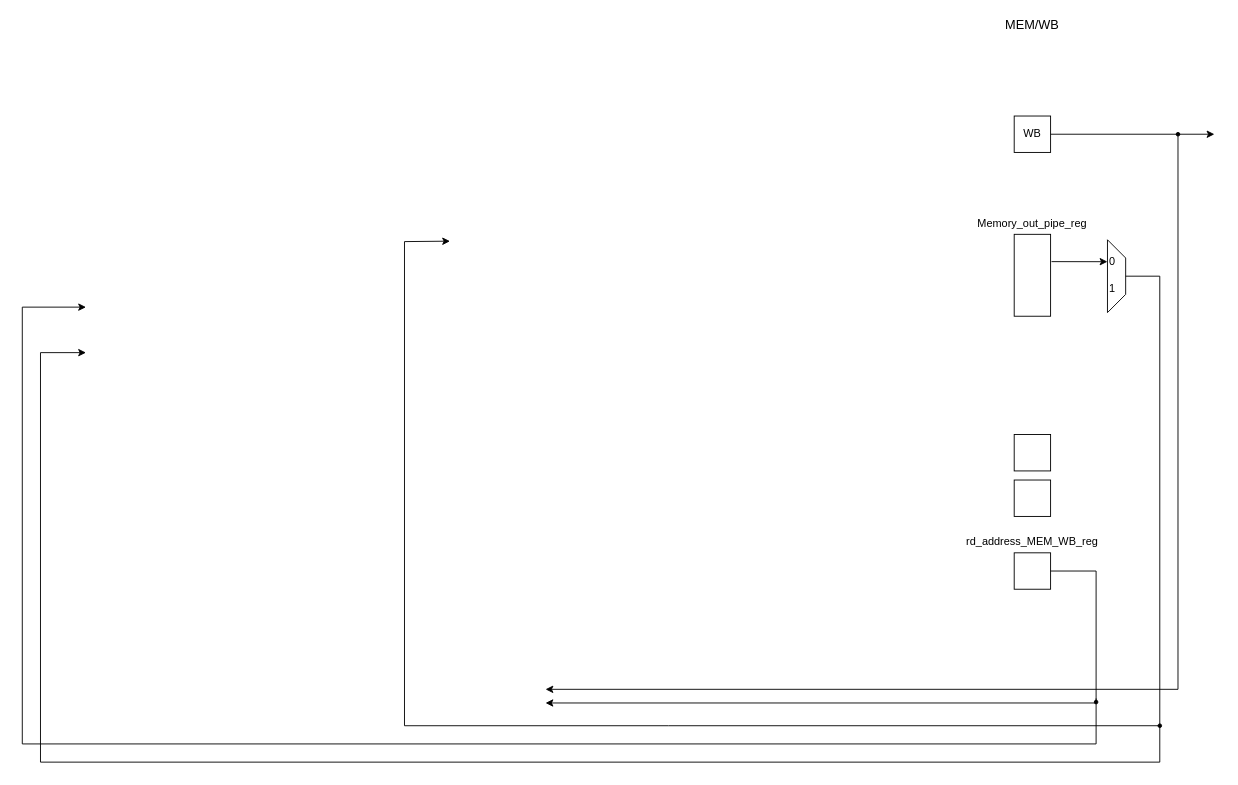
The draw.io diagram lab3/writeback.drawio in Dragosk97/ISA-laboratories, before the edit. Source tidied: cells renumbered, new cells numbered last; positions are measured from the earlier drawing's top-left corner, leaving out a move shared by most shapes. Both pictures are drawn from the tidied source at 91%, with x=0, y=0 at pixel (22, 15).
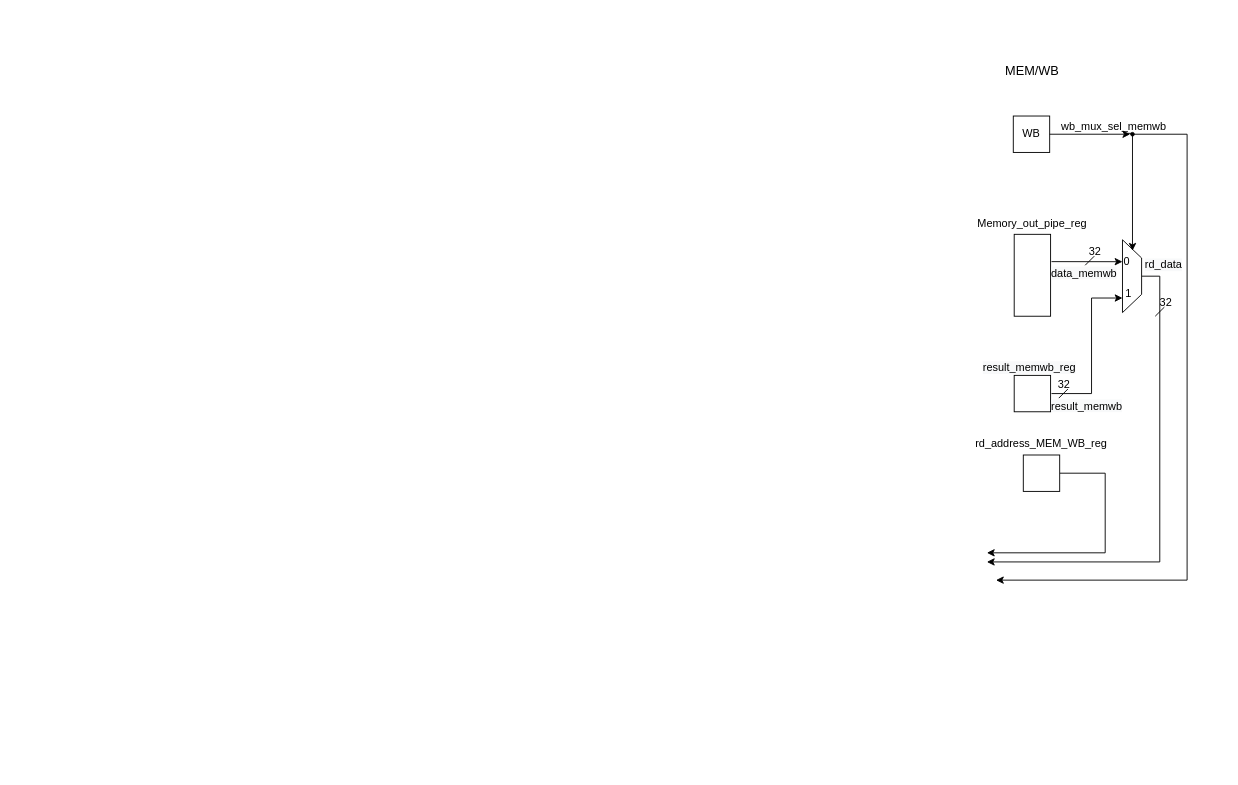
The same diagram, later.

The edit, as a diff of the source:
```diff
@@
     <mxCell id="4" value="&lt;font style=&quot;font-size: 14px&quot;&gt;MEM/WB&lt;/font&gt;" style="text;html=1;strokeColor=none;fillColor=none;align=center;verticalAlign=middle;whiteSpace=wrap;rounded=0;dashed=1;" parent="1" vertex="1">
-      <mxGeometry x="1090" width="40" height="20" as="geometry" />
+      <mxGeometry x="1090" y="50" width="40" height="20" as="geometry" />
     </mxCell>
+    <mxCell id="23" style="edgeStyle=orthogonalEdgeStyle;rounded=0;jettySize=auto;html=1;exitX=0.5;exitY=0;exitDx=0;exitDy=0;" parent="1" edge="1" source="5">
+      <mxGeometry relative="1" as="geometry">
+        <mxPoint x="1060" y="600" as="targetPoint" />
+        <Array as="points">
+          <mxPoint x="1250" y="286" />
+          <mxPoint x="1250" y="600" />
+        </Array>
+      </mxGeometry>
+    </mxCell>
     <mxCell id="5" style="shape=trapezoid;perimeter=trapezoidPerimeter;whiteSpace=wrap;html=1;fixedSize=1;fillColor=#FFFFFF;direction=south;" parent="1" vertex="1">
-      <mxGeometry x="1192.5" y="246" width="20" height="80" as="geometry" />
+      <mxGeometry x="1209" y="246" width="21" height="80" as="geometry" />
     </mxCell>
-    <mxCell id="6" style="endArrow=classic;html=1;exitX=0.5;exitY=0;exitDx=0;exitDy=0;entryX=0.75;entryY=1;entryDx=0;entryDy=0;rounded=0;" parent="1" edge="1" source="5">
-      <mxGeometry relative="1" as="geometry">
-        <mxPoint x="470" y="247.5" as="targetPoint" />
-        <Array as="points">
-          <mxPoint x="1250" y="286" />
-          <mxPoint x="1250" y="780" />
-          <mxPoint x="710" y="780" />
-          <mxPoint x="420" y="780" />
-          <mxPoint x="420" y="248" />
-        </Array>
-      </mxGeometry>
-    </mxCell>
     <mxCell id="7" value="0" style="text;html=1;strokeColor=none;fillColor=none;align=center;verticalAlign=middle;whiteSpace=wrap;rounded=0;" parent="1" vertex="1">
-      <mxGeometry x="1177.5" y="260" width="40" height="20" as="geometry" />
+      <mxGeometry x="1194" y="260" width="40" height="20" as="geometry" />
     </mxCell>
     <mxCell id="8" value="1" style="text;html=1;strokeColor=none;fillColor=none;align=center;verticalAlign=middle;whiteSpace=wrap;rounded=0;" parent="1" vertex="1">
-      <mxGeometry x="1177.5" y="290" width="40" height="20" as="geometry" />
+      <mxGeometry x="1203" y="295" width="26" height="20" as="geometry" />
     </mxCell>
     <mxCell id="9" value="WB" style="rounded=0;whiteSpace=wrap;html=1;" parent="1" vertex="1">
-      <mxGeometry x="1090" y="110" width="40" height="40" as="geometry" />
+      <mxGeometry x="1089" y="110" width="40" height="40" as="geometry" />
     </mxCell>
+    <mxCell id="24" style="edgeStyle=orthogonalEdgeStyle;rounded=0;jettySize=auto;html=1;exitX=1;exitY=0.5;exitDx=0;exitDy=0;" parent="1" edge="1" source="10">
+      <mxGeometry relative="1" as="geometry">
+        <mxPoint x="1060" y="590" as="targetPoint" />
+        <Array as="points">
+          <mxPoint x="1190" y="503" />
+          <mxPoint x="1190" y="590" />
+        </Array>
+      </mxGeometry>
+    </mxCell>
     <mxCell id="10" style="rounded=0;whiteSpace=wrap;html=1;" parent="1" vertex="1">
-      <mxGeometry x="1090" y="590" width="40" height="40" as="geometry" />
+      <mxGeometry x="1100" y="482.5" width="40" height="40" as="geometry" />
     </mxCell>
+    <mxCell id="25" style="edgeStyle=orthogonalEdgeStyle;rounded=0;orthogonalLoop=1;jettySize=auto;html=1;exitX=1;exitY=0.5;exitDx=0;exitDy=0;entryX=0.25;entryY=1;entryDx=0;entryDy=0;" parent="1" edge="1">
+      <mxGeometry relative="1" as="geometry">
+        <mxPoint x="1131" y="415" as="sourcePoint" />
+        <mxPoint x="1209" y="310" as="targetPoint" />
+        <Array as="points">
+          <mxPoint x="1175" y="415" />
+          <mxPoint x="1175" y="310" />
+        </Array>
+      </mxGeometry>
+    </mxCell>
     <mxCell id="11" style="rounded=0;whiteSpace=wrap;html=1;" parent="1" vertex="1">
-      <mxGeometry x="1090" y="510" width="40" height="40" as="geometry" />
+      <mxGeometry x="1090" y="395" width="40" height="40" as="geometry" />
     </mxCell>
-    <mxCell id="12" style="rounded=0;whiteSpace=wrap;html=1;" parent="1" vertex="1">
-      <mxGeometry x="1090" y="460" width="40" height="40" as="geometry" />
-    </mxCell>
-    <mxCell id="13" style="endArrow=classic;html=1;entryX=1;entryY=0.75;entryDx=0;entryDy=0;exitX=1;exitY=0.5;exitDx=0;exitDy=0;rounded=0;" parent="1" edge="1" source="10">
-      <mxGeometry relative="1" as="geometry">
-        <mxPoint x="575" y="755" as="targetPoint" />
-        <Array as="points">
-          <mxPoint x="1180" y="610" />
-          <mxPoint x="1180" y="755" />
-        </Array>
-      </mxGeometry>
-    </mxCell>
     <mxCell id="14" value="rd_address_MEM_WB_reg" style="text;html=1;strokeColor=none;fillColor=none;align=center;verticalAlign=middle;whiteSpace=wrap;rounded=0;" parent="1" vertex="1">
-      <mxGeometry x="1090" y="567.5" width="40" height="20" as="geometry" />
+      <mxGeometry x="1100" y="460" width="40" height="20" as="geometry" />
     </mxCell>
-    <mxCell id="15" style="endArrow=classic;html=1;entryX=0;entryY=0.5;entryDx=0;entryDy=0;rounded=0;" parent="1" edge="1">
-      <mxGeometry relative="1" as="geometry">
-        <mxPoint x="1180" y="750" as="sourcePoint" />
-        <mxPoint x="70" y="320" as="targetPoint" />
-        <Array as="points">
-          <mxPoint x="1180" y="800" />
-          <mxPoint y="800" />
-          <mxPoint y="320" />
-        </Array>
-      </mxGeometry>
-    </mxCell>
-    <mxCell id="16" style="verticalLabelPosition=bottom;shadow=0;dashed=0;align=center;html=1;verticalAlign=top;shape=mxgraph.electrical.logic_gates.inverting_contact;fillColor=#000000;" parent="1" vertex="1">
-      <mxGeometry x="1177.5" y="751.5" width="5" height="5" as="geometry" />
-    </mxCell>
-    <mxCell id="17" style="endArrow=classic;html=1;rounded=0;" parent="1" edge="1">
-      <mxGeometry relative="1" as="geometry">
-        <mxPoint x="1250" y="778" as="sourcePoint" />
-        <mxPoint x="70" y="370" as="targetPoint" />
-        <Array as="points">
-          <mxPoint x="1250" y="820" />
-          <mxPoint x="20" y="820" />
-          <mxPoint x="20" y="370" />
-        </Array>
-      </mxGeometry>
-    </mxCell>
-    <mxCell id="18" style="verticalLabelPosition=bottom;shadow=0;dashed=0;align=center;html=1;verticalAlign=top;shape=mxgraph.electrical.logic_gates.inverting_contact;fillColor=#000000;" parent="1" vertex="1">
-      <mxGeometry x="1247.5" y="777.5" width="5" height="5" as="geometry" />
-    </mxCell>
@@
-    <mxCell id="20" style="endArrow=classic;html=1;exitX=1;exitY=0.5;exitDx=0;exitDy=0;" parent="1" edge="1" source="9">
-      <mxGeometry relative="1" as="geometry">
-        <mxPoint x="1310" y="130" as="targetPoint" />
-      </mxGeometry>
-    </mxCell>
-    <mxCell id="21" style="endArrow=classic;html=1;entryX=1;entryY=0.5;entryDx=0;entryDy=0;rounded=0;" parent="1" edge="1">
-      <mxGeometry relative="1" as="geometry">
-        <mxPoint x="1270" y="130" as="sourcePoint" />
-        <mxPoint x="575" y="740" as="targetPoint" />
-        <Array as="points">
-          <mxPoint x="1270" y="740" />
-        </Array>
-      </mxGeometry>
-    </mxCell>
+    <mxCell id="26" value="&lt;span style=&quot;color: rgb(0 , 0 , 0) ; font-family: &amp;#34;helvetica&amp;#34; ; font-size: 12px ; font-style: normal ; font-weight: 400 ; letter-spacing: normal ; text-align: center ; text-indent: 0px ; text-transform: none ; word-spacing: 0px ; background-color: rgb(248 , 249 , 250) ; display: inline ; float: none&quot;&gt;result_memwb_reg&lt;/span&gt;" style="text;whiteSpace=wrap;html=1;" parent="1" vertex="1">
+      <mxGeometry x="1054" y="373" width="110" height="30" as="geometry" />
+    </mxCell>
+    <mxCell id="27" style="endArrow=none;html=1;" parent="1" edge="1">
+      <mxGeometry relative="1" as="geometry">
+        <mxPoint x="1168" y="274" as="sourcePoint" />
+        <mxPoint x="1178" y="264" as="targetPoint" />
+      </mxGeometry>
+    </mxCell>
+    <mxCell id="28" value="32" style="text;html=1;strokeColor=none;fillColor=none;align=center;verticalAlign=middle;whiteSpace=wrap;rounded=0;" parent="1" vertex="1">
+      <mxGeometry x="1159" y="249" width="40" height="20" as="geometry" />
+    </mxCell>
+    <mxCell id="29" style="endArrow=none;html=1;" parent="1" edge="1">
+      <mxGeometry relative="1" as="geometry">
+        <mxPoint x="1139" y="420" as="sourcePoint" />
+        <mxPoint x="1149" y="410" as="targetPoint" />
+      </mxGeometry>
+    </mxCell>
+    <mxCell id="30" value="32" style="text;html=1;strokeColor=none;fillColor=none;align=center;verticalAlign=middle;whiteSpace=wrap;rounded=0;" parent="1" vertex="1">
+      <mxGeometry x="1130" y="395" width="30" height="20" as="geometry" />
+    </mxCell>
+    <mxCell id="31" value="&lt;span style=&quot;color: rgb(0 , 0 , 0) ; font-family: &amp;#34;helvetica&amp;#34; ; font-size: 12px ; font-style: normal ; font-weight: 400 ; letter-spacing: normal ; text-align: center ; text-indent: 0px ; text-transform: none ; word-spacing: 0px ; background-color: rgb(248 , 249 , 250) ; display: inline ; float: none&quot;&gt;data_memwb&lt;/span&gt;" style="text;whiteSpace=wrap;html=1;" parent="1" vertex="1">
+      <mxGeometry x="1129" y="269" width="80" height="30" as="geometry" />
+    </mxCell>
+    <mxCell id="32" value="&lt;span style=&quot;color: rgb(0 , 0 , 0) ; font-family: &amp;#34;helvetica&amp;#34; ; font-size: 12px ; font-style: normal ; font-weight: 400 ; letter-spacing: normal ; text-align: center ; text-indent: 0px ; text-transform: none ; word-spacing: 0px ; background-color: rgb(248 , 249 , 250) ; display: inline ; float: none&quot;&gt;result_memwb&lt;/span&gt;" style="text;whiteSpace=wrap;html=1;" parent="1" vertex="1">
+      <mxGeometry x="1129" y="415" width="80" height="30" as="geometry" />
+    </mxCell>
+    <mxCell id="33" style="edgeStyle=orthogonalEdgeStyle;rounded=0;orthogonalLoop=1;jettySize=auto;html=1;exitX=0.9;exitY=0.5;exitDx=0;exitDy=0;exitPerimeter=0;entryX=0.75;entryY=0;entryDx=0;entryDy=0;" parent="1" edge="1">
+      <mxGeometry relative="1" as="geometry">
+        <mxPoint x="1212" y="129" as="sourcePoint" />
+        <mxPoint x="1220" y="258" as="targetPoint" />
+        <Array as="points">
+          <mxPoint x="1220" y="129" />
+        </Array>
+      </mxGeometry>
+    </mxCell>
+    <mxCell id="34" style="edgeStyle=orthogonalEdgeStyle;rounded=0;jettySize=auto;html=1;exitX=0.9;exitY=0.5;exitDx=0;exitDy=0;exitPerimeter=0;" parent="1" edge="1" source="22">
+      <mxGeometry relative="1" as="geometry">
+        <mxPoint x="1070" y="620" as="targetPoint" />
+        <Array as="points">
+          <mxPoint x="1280" y="130" />
+          <mxPoint x="1280" y="620" />
+        </Array>
+      </mxGeometry>
+    </mxCell>
     <mxCell id="22" style="verticalLabelPosition=bottom;shadow=0;dashed=0;align=center;html=1;verticalAlign=top;shape=mxgraph.electrical.logic_gates.inverting_contact;fillColor=#000000;" parent="1" vertex="1">
-      <mxGeometry x="1267.5" y="127.5" width="5" height="5" as="geometry" />
+      <mxGeometry x="1217.5" y="127.5" width="5" height="5" as="geometry" />
     </mxCell>
+    <mxCell id="35" style="endArrow=classic;html=1;exitX=1;exitY=0.5;exitDx=0;exitDy=0;" parent="1" edge="1" source="9" target="22">
+      <mxGeometry relative="1" as="geometry" />
+    </mxCell>
+    <mxCell id="36" value="&lt;div style=&quot;text-align: center&quot;&gt;&lt;span&gt;&lt;font face=&quot;helvetica&quot;&gt;wb_mux_sel_memwb&lt;/font&gt;&lt;/span&gt;&lt;/div&gt;" style="text;whiteSpace=wrap;html=1;" parent="1" vertex="1">
+      <mxGeometry x="1140" y="108" width="130" height="30" as="geometry" />
+    </mxCell>
+    <mxCell id="37" value="&lt;span style=&quot;color: rgb(0 , 0 , 0) ; font-family: &amp;#34;helvetica&amp;#34; ; font-size: 12px ; font-style: normal ; font-weight: 400 ; letter-spacing: normal ; text-align: center ; text-indent: 0px ; text-transform: none ; word-spacing: 0px ; background-color: rgb(248 , 249 , 250) ; display: inline ; float: none&quot;&gt;rd_data&lt;/span&gt;" style="text;whiteSpace=wrap;html=1;" parent="1" vertex="1">
+      <mxGeometry x="1232" y="260" width="50" height="30" as="geometry" />
+    </mxCell>
+    <mxCell id="38" style="endArrow=none;html=1;" parent="1" edge="1">
+      <mxGeometry relative="1" as="geometry">
+        <mxPoint x="1245" y="330" as="sourcePoint" />
+        <mxPoint x="1255" y="320" as="targetPoint" />
+      </mxGeometry>
+    </mxCell>
+    <mxCell id="39" value="32" style="text;html=1;strokeColor=none;fillColor=none;align=center;verticalAlign=middle;whiteSpace=wrap;rounded=0;" parent="1" vertex="1">
+      <mxGeometry x="1237" y="305" width="40" height="20" as="geometry" />
+    </mxCell>
+    <mxCell id="40" style="edgeStyle=orthogonalEdgeStyle;rounded=0;orthogonalLoop=1;jettySize=auto;html=1;exitX=0.5;exitY=1;exitDx=0;exitDy=0;" parent="1" edge="1" source="37" target="37">
+      <mxGeometry relative="1" as="geometry" />
+    </mxCell>
```
